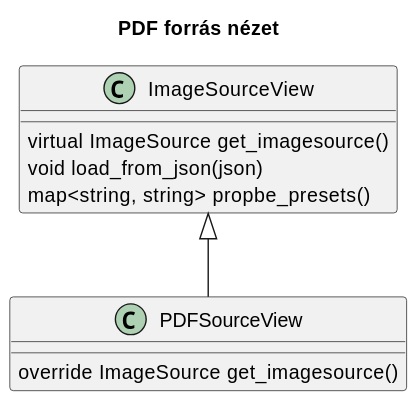
Gilgames32/printf keeps this PlantUML diagram as doc/figures/uml/pdf_source_view.svg. Above is the earlier version. Its diagram source:
```plantuml
@startuml
title PDF forrás nézet


class ImageSourceView {
    virtual ImageSource get_imagesource()
    void load_from_json(json)
    map<string, string> propbe_presets()
}

class PDFSourceView {
    override ImageSource get_imagesource()
}
ImageSourceView <|-- PDFSourceView
@enduml
```
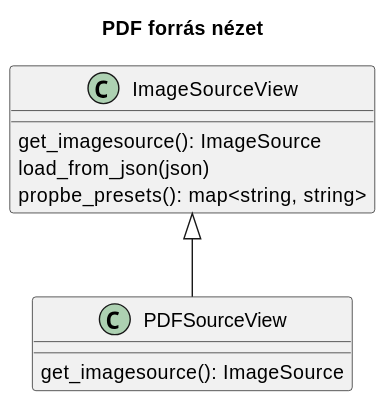
After the commit.

The edit, as a diff of the source:
```diff
@@ -3,13 +3,13 @@
 
 
 class ImageSourceView {
-    virtual ImageSource get_imagesource()
-    void load_from_json(json)
-    map<string, string> propbe_presets()
+    get_imagesource(): ImageSource
+    load_from_json(json)
+    propbe_presets(): map<string, string>
 }
 
 class PDFSourceView {
-    override ImageSource get_imagesource()
+    get_imagesource(): ImageSource
 }
 ImageSourceView <|-- PDFSourceView
 @enduml
```
